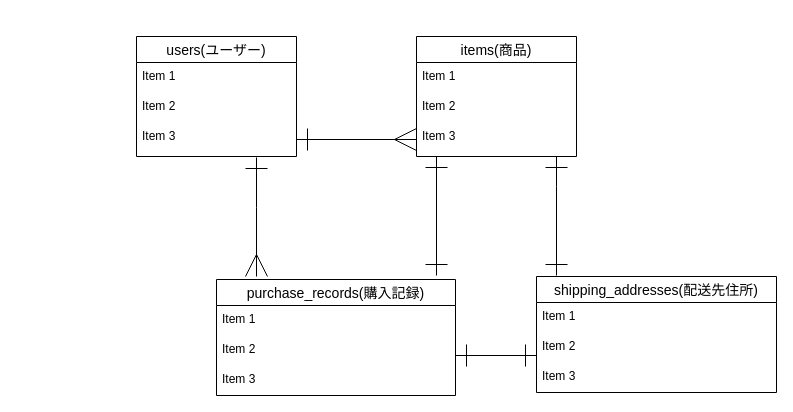
This is ER.dio from Saiki-san/furima-31631, a draw.io file, before an edit. Source tidied: cells renumbered, new cells numbered last; positions are measured from the earlier drawing's top-left corner, leaving out a move shared by most shapes. Both pictures are drawn from the tidied source at 100%, with x=0, y=0 at pixel (136, 36).
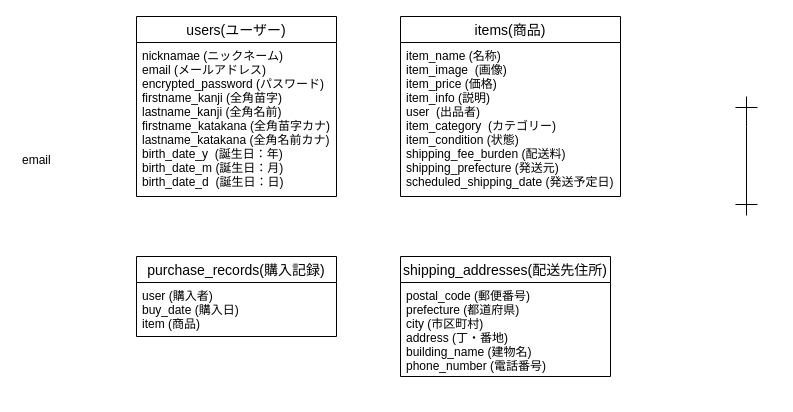
The same page after the edit.

Commit message (it also covers changes not shown here):
データベース設計：修正(ER図・README)

Change to the diagram source:
```diff
@@
+    <mxCell id="21" style="edgeStyle=orthogonalEdgeStyle;rounded=0;orthogonalLoop=1;jettySize=auto;html=1;exitX=0;exitY=0;exitDx=0;exitDy=0;startArrow=ERone;startFill=0;startSize=20;endArrow=ERone;endFill=0;endSize=20;strokeWidth=1;entryX=0.75;entryY=1.029;entryDx=0;entryDy=0;entryPerimeter=0;" parent="1" edge="1">
+      <mxGeometry relative="1" as="geometry">
+        <mxPoint x="610" y="179" as="sourcePoint" />
+        <mxPoint x="610" y="60" as="targetPoint" />
+        <Array as="points">
+          <mxPoint x="610" y="90" />
+          <mxPoint x="610" y="90" />
+        </Array>
+      </mxGeometry>
+    </mxCell>
+    <mxCell id="4" value="email" style="text;strokeColor=none;fillColor=none;spacingLeft=4;spacingRight=4;overflow=hidden;fontSize=12;" parent="1" vertex="1">
+      <mxGeometry x="-120" y="110" width="160" height="30" as="geometry" />
+    </mxCell>
     <mxCell id="2" value="users(ユーザー)" style="swimlane;fontStyle=0;horizontal=1;startSize=26;align=center;fontSize=14;" parent="1" vertex="1">
-      <mxGeometry width="160" height="120" as="geometry" />
+      <mxGeometry y="-20" width="200" height="180" as="geometry" />
     </mxCell>
-    <mxCell id="3" value="Item 1" style="text;strokeColor=none;fillColor=none;spacingLeft=4;spacingRight=4;overflow=hidden;fontSize=12;" parent="2" vertex="1">
-      <mxGeometry y="26" width="160" height="30" as="geometry" />
+    <mxCell id="3" value="nicknamae (ニックネーム)&#10;email (メールアドレス)&#10;encrypted_password (パスワード)&#10;firstname_kanji (全角苗字)&#10;lastname_kanji (全角名前)&#10;firstname_katakana (全角苗字カナ)&#10;lastname_katakana (全角名前カナ)&#10;birth_date_y  (誕生日：年)&#10;birth_date_m (誕生日：月)&#10;birth_date_d  (誕生日：日)" style="text;strokeColor=none;fillColor=none;spacingLeft=4;spacingRight=4;overflow=hidden;fontSize=12;" parent="2" vertex="1">
+      <mxGeometry y="26" width="200" height="154" as="geometry" />
     </mxCell>
-    <mxCell id="4" value="Item 2" style="text;strokeColor=none;fillColor=none;spacingLeft=4;spacingRight=4;overflow=hidden;fontSize=12;" parent="2" vertex="1">
-      <mxGeometry y="56" width="160" height="30" as="geometry" />
-    </mxCell>
-    <mxCell id="5" value="Item 3" style="text;strokeColor=none;fillColor=none;spacingLeft=4;spacingRight=4;overflow=hidden;points=[[0,0.5],[1,0.5]];portConstraint=eastwest;fontSize=12;" parent="2" vertex="1">
-      <mxGeometry y="86" width="160" height="34" as="geometry" />
-    </mxCell>
+    <mxCell id="15" value="purchase_records(購入記録)" style="swimlane;fontStyle=0;horizontal=1;startSize=26;align=center;fontSize=14;" parent="1" vertex="1">
+      <mxGeometry y="220" width="200" height="80" as="geometry" />
+    </mxCell>
+    <mxCell id="17" value="user (購入者)&#10;buy_date (購入日)&#10;item (商品)" style="text;strokeColor=none;fillColor=none;spacingLeft=4;spacingRight=4;overflow=hidden;fontSize=12;" parent="15" vertex="1">
+      <mxGeometry y="26" width="200" height="54" as="geometry" />
+    </mxCell>
     <mxCell id="6" value="items(商品)" style="swimlane;fontStyle=0;horizontal=1;startSize=26;align=center;fontSize=14;" parent="1" vertex="1">
-      <mxGeometry x="280" width="160" height="120" as="geometry" />
+      <mxGeometry x="264" y="-20" width="220" height="180" as="geometry" />
     </mxCell>
-    <mxCell id="7" value="Item 1" style="text;strokeColor=none;fillColor=none;spacingLeft=4;spacingRight=4;overflow=hidden;fontSize=12;" parent="6" vertex="1">
-      <mxGeometry y="26" width="160" height="30" as="geometry" />
+    <mxCell id="7" value="item_name (名称)&#10;item_image  (画像)&#10;item_price (価格)&#10;item_info (説明)&#10;user  (出品者)&#10;item_category  (カテゴリー)&#10;item_condition (状態)&#10;shipping_fee_burden (配送料)&#10;shipping_prefecture (発送元)&#10;scheduled_shipping_date (発送予定日)" style="text;strokeColor=none;fillColor=none;spacingLeft=4;spacingRight=4;overflow=hidden;fontSize=12;" parent="6" vertex="1">
+      <mxGeometry y="26" width="220" height="154" as="geometry" />
     </mxCell>
-    <mxCell id="8" value="Item 2" style="text;strokeColor=none;fillColor=none;spacingLeft=4;spacingRight=4;overflow=hidden;fontSize=12;" parent="6" vertex="1">
-      <mxGeometry y="56" width="160" height="30" as="geometry" />
-    </mxCell>
-    <mxCell id="9" value="Item 3" style="text;strokeColor=none;fillColor=none;spacingLeft=4;spacingRight=4;overflow=hidden;points=[[0,0.5],[1,0.5]];portConstraint=eastwest;fontSize=12;" parent="6" vertex="1">
-      <mxGeometry y="86" width="160" height="34" as="geometry" />
-    </mxCell>
-    <mxCell id="10" style="edgeStyle=orthogonalEdgeStyle;rounded=0;jettySize=auto;html=1;exitX=1;exitY=0.5;exitDx=0;exitDy=0;entryX=0;entryY=0.5;entryDx=0;entryDy=0;endArrow=ERmany;endFill=0;startArrow=ERone;startFill=0;strokeWidth=1;endSize=20;startSize=20;" parent="1" edge="1" source="5" target="9">
-      <mxGeometry relative="1" as="geometry" />
-    </mxCell>
     <mxCell id="11" value="shipping_addresses(配送先住所)" style="swimlane;fontStyle=0;horizontal=1;startSize=26;align=center;fontSize=14;" parent="1" vertex="1">
-      <mxGeometry x="400" y="240" width="240" height="116" as="geometry" />
+      <mxGeometry x="264" y="220" width="210" height="120" as="geometry" />
     </mxCell>
-    <mxCell id="12" value="Item 1" style="text;strokeColor=none;fillColor=none;spacingLeft=4;spacingRight=4;overflow=hidden;fontSize=12;" parent="11" vertex="1">
-      <mxGeometry y="26" width="240" height="30" as="geometry" />
+    <mxCell id="12" value="postal_code (郵便番号)&#10;prefecture (都道府県)&#10;city (市区町村)&#10;address (丁・番地)&#10;building_name (建物名)&#10;phone_number (電話番号)" style="text;strokeColor=none;fillColor=none;spacingLeft=4;spacingRight=4;overflow=hidden;fontSize=12;" parent="11" vertex="1">
+      <mxGeometry y="26" width="210" height="94" as="geometry" />
     </mxCell>
-    <mxCell id="13" value="Item 2" style="text;strokeColor=none;fillColor=none;spacingLeft=4;spacingRight=4;overflow=hidden;fontSize=12;" parent="11" vertex="1">
-      <mxGeometry y="56" width="240" height="30" as="geometry" />
-    </mxCell>
-    <mxCell id="14" value="Item 3" style="text;strokeColor=none;fillColor=none;spacingLeft=4;spacingRight=4;overflow=hidden;fontSize=12;" parent="11" vertex="1">
-      <mxGeometry y="86" width="240" height="30" as="geometry" />
-    </mxCell>
-    <mxCell id="15" value="purchase_records(購入記録)" style="swimlane;fontStyle=0;horizontal=1;startSize=26;align=center;fontSize=14;" parent="1" vertex="1">
-      <mxGeometry x="80" y="243" width="239" height="116" as="geometry" />
-    </mxCell>
-    <mxCell id="16" value="Item 1" style="text;strokeColor=none;fillColor=none;spacingLeft=4;spacingRight=4;overflow=hidden;fontSize=12;" parent="15" vertex="1">
-      <mxGeometry y="26" width="239" height="30" as="geometry" />
-    </mxCell>
-    <mxCell id="17" value="Item 2" style="text;strokeColor=none;fillColor=none;spacingLeft=4;spacingRight=4;overflow=hidden;fontSize=12;" parent="15" vertex="1">
-      <mxGeometry y="56" width="239" height="30" as="geometry" />
-    </mxCell>
-    <mxCell id="18" value="Item 3" style="text;strokeColor=none;fillColor=none;spacingLeft=4;spacingRight=4;overflow=hidden;fontSize=12;" parent="15" vertex="1">
-      <mxGeometry y="86" width="239" height="30" as="geometry" />
-    </mxCell>
-    <mxCell id="19" style="edgeStyle=orthogonalEdgeStyle;rounded=0;orthogonalLoop=1;jettySize=auto;html=1;exitX=1;exitY=0.5;exitDx=0;exitDy=0;startArrow=ERone;startFill=0;startSize=20;endArrow=ERone;endFill=0;endSize=20;strokeWidth=1;" parent="1" edge="1">
-      <mxGeometry relative="1" as="geometry">
-        <mxPoint x="319" y="319" as="sourcePoint" />
-        <mxPoint x="400" y="319" as="targetPoint" />
-      </mxGeometry>
-    </mxCell>
-    <mxCell id="20" style="edgeStyle=orthogonalEdgeStyle;rounded=0;orthogonalLoop=1;jettySize=auto;html=1;exitX=0;exitY=0;exitDx=0;exitDy=0;startArrow=ERone;startFill=0;startSize=20;endArrow=ERone;endFill=0;endSize=20;strokeWidth=1;entryX=0.75;entryY=1.029;entryDx=0;entryDy=0;entryPerimeter=0;" parent="1" edge="1">
-      <mxGeometry relative="1" as="geometry">
-        <mxPoint x="300" y="239" as="sourcePoint" />
-        <mxPoint x="300" y="120" as="targetPoint" />
-      </mxGeometry>
-    </mxCell>
-    <mxCell id="21" style="edgeStyle=orthogonalEdgeStyle;rounded=0;orthogonalLoop=1;jettySize=auto;html=1;exitX=0;exitY=0;exitDx=0;exitDy=0;startArrow=ERone;startFill=0;startSize=20;endArrow=ERone;endFill=0;endSize=20;strokeWidth=1;entryX=0.75;entryY=1.029;entryDx=0;entryDy=0;entryPerimeter=0;" parent="1" edge="1">
-      <mxGeometry relative="1" as="geometry">
-        <mxPoint x="420" y="239" as="sourcePoint" />
-        <mxPoint x="420" y="120" as="targetPoint" />
-        <Array as="points">
-          <mxPoint x="420" y="150" />
-          <mxPoint x="420" y="150" />
-        </Array>
-      </mxGeometry>
-    </mxCell>
-    <mxCell id="22" style="edgeStyle=orthogonalEdgeStyle;rounded=0;orthogonalLoop=1;jettySize=auto;html=1;exitX=0;exitY=0;exitDx=0;exitDy=0;startArrow=ERmany;startFill=0;startSize=20;endArrow=ERone;endFill=0;endSize=20;strokeWidth=1;entryX=0.75;entryY=1.029;entryDx=0;entryDy=0;entryPerimeter=0;" parent="1" edge="1">
-      <mxGeometry relative="1" as="geometry">
-        <mxPoint x="120" y="240" as="sourcePoint" />
-        <mxPoint x="120" y="121" as="targetPoint" />
-        <Array as="points">
-          <mxPoint x="120" y="171" />
-          <mxPoint x="120" y="171" />
-        </Array>
-      </mxGeometry>
-    </mxCell>
```
